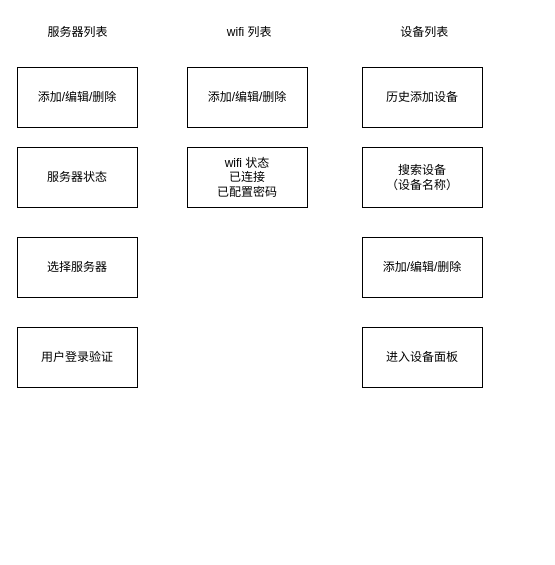
The draw.io diagram page "配网 app" (7 of 7) of Hedv.drawio in Sidamor/drawio, before the edit. Source tidied: cells renumbered, new cells numbered last; positions are measured from the earlier drawing's top-left corner, leaving out a move shared by most shapes. Both pictures are drawn from the tidied source at 100%, with x=0, y=0 at pixel (17, 17).
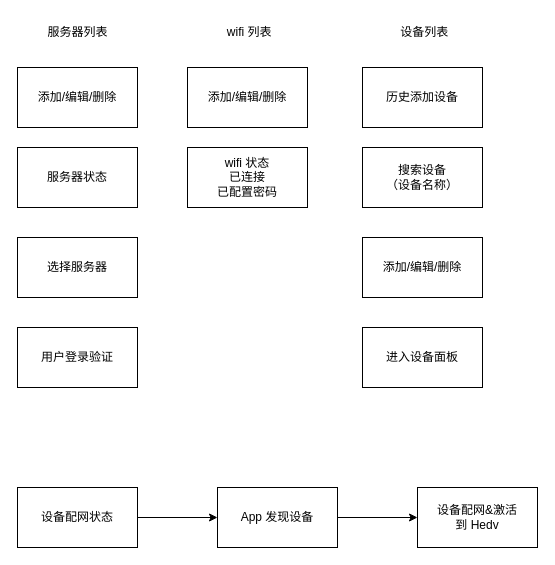
After the change.

What changed in the source:
```diff
@@
 <mxGraphModel>
   <root>
     <mxCell id="0" />
     <mxCell id="1" parent="0" />
     <mxCell id="2" value="选择服务器" style="rounded=0;whiteSpace=wrap;html=1;" parent="1" vertex="1">
       <mxGeometry y="220" width="120" height="60" as="geometry" />
     </mxCell>
     <mxCell id="3" value="用户登录验证" style="rounded=0;whiteSpace=wrap;html=1;" parent="1" vertex="1">
       <mxGeometry y="310" width="120" height="60" as="geometry" />
     </mxCell>
     <mxCell id="4" value="服务器列表" style="text;html=1;align=center;verticalAlign=middle;strokeColor=none;fillColor=none;" parent="1" vertex="1">
       <mxGeometry x="20" width="80" height="30" as="geometry" />
     </mxCell>
     <mxCell id="5" value="&amp;nbsp;wifi 列表" style="text;html=1;align=center;verticalAlign=middle;strokeColor=none;fillColor=none;" parent="1" vertex="1">
       <mxGeometry x="195" width="70" height="30" as="geometry" />
     </mxCell>
     <mxCell id="6" value="服务器状态" style="rounded=0;whiteSpace=wrap;html=1;" parent="1" vertex="1">
       <mxGeometry y="130" width="120" height="60" as="geometry" />
     </mxCell>
     <mxCell id="7" value="添加/编辑/删除" style="rounded=0;whiteSpace=wrap;html=1;" parent="1" vertex="1">
       <mxGeometry y="50" width="120" height="60" as="geometry" />
     </mxCell>
     <mxCell id="8" value="添加/编辑/删除" style="rounded=0;whiteSpace=wrap;html=1;" parent="1" vertex="1">
       <mxGeometry x="170" y="50" width="120" height="60" as="geometry" />
     </mxCell>
     <mxCell id="9" value="wifi 状态&lt;div&gt;已连接&lt;/div&gt;&lt;div&gt;已配置密码&lt;/div&gt;" style="rounded=0;whiteSpace=wrap;html=1;" parent="1" vertex="1">
       <mxGeometry x="170" y="130" width="120" height="60" as="geometry" />
     </mxCell>
     <mxCell id="10" value="&amp;nbsp;设备列表" style="text;html=1;align=center;verticalAlign=middle;strokeColor=none;fillColor=none;" parent="1" vertex="1">
       <mxGeometry x="370" width="70" height="30" as="geometry" />
     </mxCell>
     <mxCell id="11" value="历史添加设备" style="rounded=0;whiteSpace=wrap;html=1;" parent="1" vertex="1">
       <mxGeometry x="345" y="50" width="120" height="60" as="geometry" />
     </mxCell>
     <mxCell id="12" value="添加/编辑/删除" style="rounded=0;whiteSpace=wrap;html=1;" parent="1" vertex="1">
       <mxGeometry x="345" y="220" width="120" height="60" as="geometry" />
     </mxCell>
     <mxCell id="13" value="搜索设备&lt;div&gt;（设备名称）&lt;/div&gt;" style="rounded=0;whiteSpace=wrap;html=1;" parent="1" vertex="1">
       <mxGeometry x="345" y="130" width="120" height="60" as="geometry" />
     </mxCell>
     <mxCell id="14" value="进入设备面板" style="rounded=0;whiteSpace=wrap;html=1;" parent="1" vertex="1">
       <mxGeometry x="345" y="310" width="120" height="60" as="geometry" />
     </mxCell>
+    <mxCell id="15" style="edgeStyle=orthogonalEdgeStyle;rounded=0;jettySize=auto;html=1;" parent="1" edge="1" source="16" target="18">
+      <mxGeometry relative="1" as="geometry" />
+    </mxCell>
+    <mxCell id="16" value="设备配网状态" style="rounded=0;whiteSpace=wrap;html=1;" parent="1" vertex="1">
+      <mxGeometry y="470" width="120" height="60" as="geometry" />
+    </mxCell>
+    <mxCell id="17" style="edgeStyle=orthogonalEdgeStyle;rounded=0;jettySize=auto;html=1;" parent="1" edge="1" source="18" target="19">
+      <mxGeometry relative="1" as="geometry" />
+    </mxCell>
+    <mxCell id="18" value="App 发现设备" style="rounded=0;whiteSpace=wrap;html=1;" parent="1" vertex="1">
+      <mxGeometry x="200" y="470" width="120" height="60" as="geometry" />
+    </mxCell>
+    <mxCell id="19" value="设备配网&amp;amp;激活&lt;div&gt;到 Hedv&lt;/div&gt;" style="rounded=0;whiteSpace=wrap;html=1;" parent="1" vertex="1">
+      <mxGeometry x="400" y="470" width="120" height="60" as="geometry" />
+    </mxCell>
   </root>
 </mxGraphModel>
```
